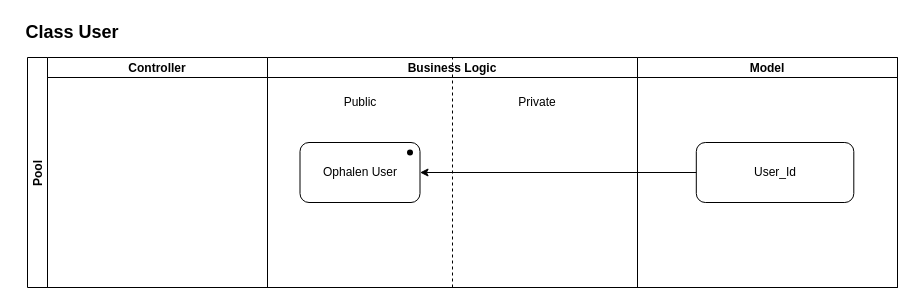
Earlier version of the draw.io diagram page "Class_User" (5 of 6) of documents/design/VER-ASD-NS-v1.drawio (nestaschuler/educom-verrukkulluk). Source tidied: cells renumbered, new cells numbered last; positions are measured from the earlier drawing's top-left corner, leaving out a move shared by most shapes. Both pictures are drawn from the tidied source at 100%, with x=0, y=0 at pixel (17, 17).
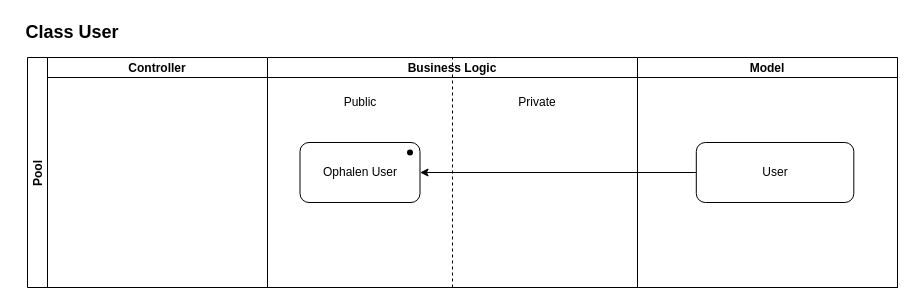
Above is the later version.

Diff of the diagram source:
```diff
@@
 <mxGraphModel>
   <root>
     <mxCell id="0" />
     <mxCell id="1" parent="0" />
     <mxCell id="2" value="Pool" style="swimlane;startSize=20;horizontal=0;" parent="1" vertex="1">
       <mxGeometry x="10" y="40" width="870" height="230" as="geometry" />
     </mxCell>
     <mxCell id="3" value="Controller" style="swimlane;startSize=20;" parent="2" vertex="1">
       <mxGeometry x="20" width="220" height="230" as="geometry" />
     </mxCell>
     <mxCell id="4" value="Business Logic" style="swimlane;startSize=20;" parent="2" vertex="1">
       <mxGeometry x="240" width="370" height="230" as="geometry" />
     </mxCell>
     <mxCell id="5" value="Ophalen User" style="rounded=1;whiteSpace=wrap;html=1;" parent="4" vertex="1">
       <mxGeometry x="32.5" y="85" width="120" height="60" as="geometry" />
     </mxCell>
     <mxCell id="6" style="shape=waypoint;sketch=0;fillStyle=solid;size=6;fillColor=none;perimeter=centerPerimeter;" parent="4" vertex="1">
       <mxGeometry x="132.5" y="85" width="20" height="20" as="geometry" />
     </mxCell>
     <mxCell id="7" value="Public" style="text;html=1;align=center;verticalAlign=middle;whiteSpace=wrap;rounded=0;" parent="4" vertex="1">
       <mxGeometry x="62.5" y="30" width="60" height="30" as="geometry" />
     </mxCell>
     <mxCell id="8" value="Private" style="text;html=1;align=center;verticalAlign=middle;whiteSpace=wrap;rounded=0;" parent="4" vertex="1">
       <mxGeometry x="240" y="30" width="60" height="30" as="geometry" />
     </mxCell>
     <mxCell id="9" value="Model" style="swimlane;startSize=20;" parent="2" vertex="1">
       <mxGeometry x="610" width="260" height="230" as="geometry" />
     </mxCell>
-    <mxCell id="10" value="User_Id" style="rounded=1;whiteSpace=wrap;html=1;" parent="9" vertex="1">
+    <mxCell id="10" value="User" style="rounded=1;whiteSpace=wrap;html=1;" parent="9" vertex="1">
       <mxGeometry x="58.8" y="85" width="157.5" height="60" as="geometry" />
     </mxCell>
     <mxCell id="11" style="edgeStyle=none;html=1;exitX=0;exitY=0.5;exitDx=0;exitDy=0;entryX=1;entryY=0.5;entryDx=0;entryDy=0;" parent="2" edge="1" source="10" target="5">
       <mxGeometry relative="1" as="geometry" />
     </mxCell>
     <mxCell id="12" style="endArrow=none;dashed=1;html=1;entryX=0.5;entryY=0;entryDx=0;entryDy=0;exitX=0.5;exitY=1;exitDx=0;exitDy=0;" parent="2" edge="1" source="4" target="4">
       <mxGeometry relative="1" as="geometry" />
     </mxCell>
     <mxCell id="13" value="&lt;font style=&quot;font-size: 18px;&quot;&gt;&lt;b&gt;Class User&lt;/b&gt;&lt;/font&gt;" style="text;html=1;align=center;verticalAlign=middle;whiteSpace=wrap;rounded=0;" parent="1" vertex="1">
       <mxGeometry width="110" height="30" as="geometry" />
     </mxCell>
   </root>
 </mxGraphModel>
```
